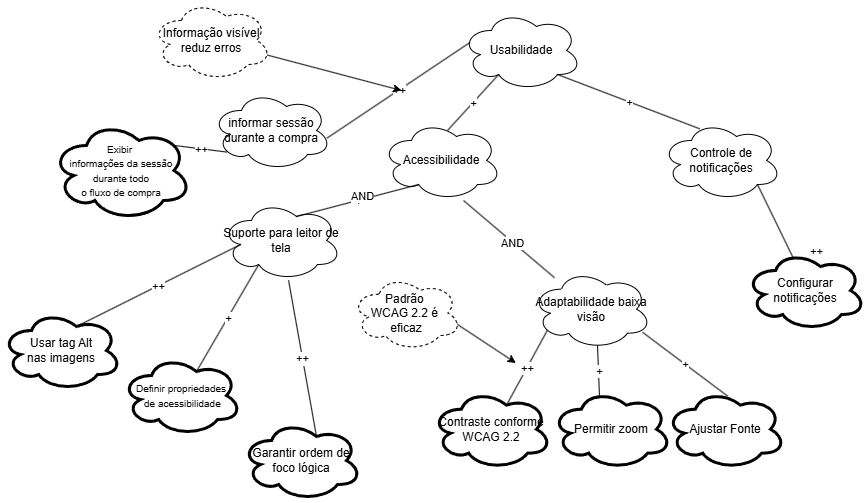
Before: docs/assets/modelagem/softgoalUsabilidade.png, a diagram exported from draw.io (Requisitos-de-Software/2025.1-Cinemark). Source tidied: cells renumbered, new cells last; positions are measured from the earlier drawing's top-left corner, leaving out a move shared by most shapes.
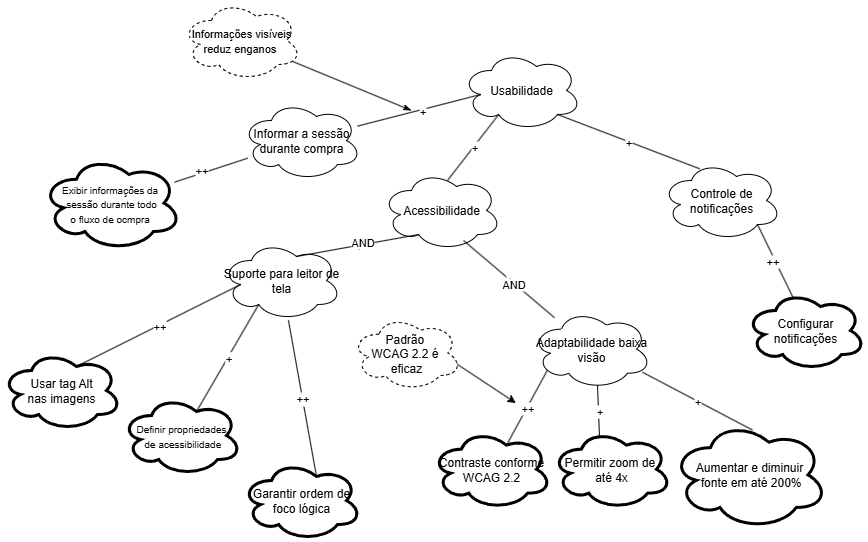
After the commit.

Commit message:
fix: mudança nos softgoals de usabilidade após instruções do professor

What changed in the source:
```diff
@@ -6,7 +6,7 @@
       <mxGeometry x="460" y="10" width="120" height="80" as="geometry" />
     </mxCell>
     <mxCell id="3" value="Acessibilidade" style="ellipse;shape=cloud;whiteSpace=wrap;html=1;" parent="1" vertex="1">
-      <mxGeometry x="380" y="120" width="120" height="80" as="geometry" />
+      <mxGeometry x="380" y="130" width="120" height="80" as="geometry" />
     </mxCell>
     <mxCell id="4" value="Suporte para leitor de tela" style="ellipse;shape=cloud;whiteSpace=wrap;html=1;" parent="1" vertex="1">
       <mxGeometry x="220" y="200" width="120" height="80" as="geometry" />
@@ -52,11 +52,11 @@
     <mxCell id="17" value="+" style="edgeLabel;html=1;align=center;verticalAlign=middle;" parent="16" vertex="1">
       <mxGeometry relative="1" as="geometry" />
     </mxCell>
-    <mxCell id="18" value="Permitir zoom" style="ellipse;shape=cloud;whiteSpace=wrap;html=1;strokeWidth=3;" parent="1" vertex="1">
+    <mxCell id="18" value="Permitir zoom de&amp;nbsp;&lt;div&gt;até 4x&lt;/div&gt;" style="ellipse;shape=cloud;whiteSpace=wrap;html=1;strokeWidth=3;" parent="1" vertex="1">
       <mxGeometry x="550" y="388.7" width="120" height="80" as="geometry" />
     </mxCell>
-    <mxCell id="19" value="Ajustar Fonte" style="ellipse;shape=cloud;whiteSpace=wrap;html=1;strokeWidth=3;" parent="1" vertex="1">
-      <mxGeometry x="664" y="388.7" width="120" height="80" as="geometry" />
+    <mxCell id="19" value="Aumentar e diminuir&lt;div&gt;&amp;nbsp;fonte em até 200%&lt;/div&gt;" style="ellipse;shape=cloud;whiteSpace=wrap;html=1;strokeWidth=3;" parent="1" vertex="1">
+      <mxGeometry x="670" y="380" width="156" height="108.7" as="geometry" />
     </mxCell>
     <mxCell id="20" style="endArrow=none;html=1;rounded=0;entryX=0.925;entryY=0.788;entryDx=0;entryDy=0;entryPerimeter=0;exitX=0.519;exitY=0.088;exitDx=0;exitDy=0;exitPerimeter=0;startFill=0;" parent="1" edge="1" source="19" target="5">
       <mxGeometry relative="1" as="geometry" />
@@ -120,7 +120,7 @@
     </mxCell>
     <mxCell id="40" value="++" style="edgeLabel;html=1;align=center;verticalAlign=middle;" parent="39" vertex="1">
       <mxGeometry relative="1" as="geometry">
-        <mxPoint x="40" y="29" as="offset" />
+        <mxPoint x="-4" y="-1" as="offset" />
       </mxGeometry>
     </mxCell>
     <mxCell id="41" style="rounded=0;orthogonalLoop=1;jettySize=auto;html=1;exitX=0.96;exitY=0.7;exitDx=0;exitDy=0;exitPerimeter=0;" parent="1" edge="1">
@@ -132,37 +132,33 @@
     <mxCell id="42" value="Padrão&amp;nbsp;&lt;div&gt;WCAG 2.2 é&amp;nbsp;&lt;/div&gt;&lt;div&gt;eficaz&lt;/div&gt;" style="ellipse;shape=cloud;whiteSpace=wrap;html=1;dashed=1;" parent="1" vertex="1">
       <mxGeometry x="350" y="275" width="110" height="75" as="geometry" />
     </mxCell>
-    <mxCell id="43" value="&lt;font style=&quot;font-size: 10px;&quot;&gt;Exibir&amp;nbsp;&lt;/font&gt;&lt;div&gt;&lt;font style=&quot;font-size: 10px;&quot;&gt;informações da sessão durante todo&lt;/font&gt;&lt;div&gt;&lt;font style=&quot;font-size: 10px;&quot;&gt;o fluxo de compra&lt;/font&gt;&lt;/div&gt;&lt;/div&gt;" style="ellipse;shape=cloud;whiteSpace=wrap;html=1;strokeWidth=3;" parent="1" vertex="1">
-      <mxGeometry x="50" y="120" width="140" height="100" as="geometry" />
-    </mxCell>
-    <mxCell id="44" style="endArrow=none;html=1;rounded=0;startFill=0;entryX=0.07;entryY=0.4;entryDx=0;entryDy=0;entryPerimeter=0;exitX=0.962;exitY=0.596;exitDx=0;exitDy=0;exitPerimeter=0;" parent="1" edge="1" source="47" target="2">
-      <mxGeometry relative="1" as="geometry" />
-    </mxCell>
-    <mxCell id="45" value="+" style="edgeLabel;html=1;align=center;verticalAlign=middle;" parent="44" vertex="1">
-      <mxGeometry relative="1" as="geometry" />
-    </mxCell>
-    <mxCell id="46" value="++" style="edgeLabel;html=1;align=center;verticalAlign=middle;" parent="44" vertex="1">
-      <mxGeometry relative="1" as="geometry" />
-    </mxCell>
-    <mxCell id="47" value="informar sessão durante a compra" style="ellipse;shape=cloud;whiteSpace=wrap;html=1;" parent="1" vertex="1">
-      <mxGeometry x="210" y="90" width="120" height="80" as="geometry" />
-    </mxCell>
-    <mxCell id="48" style="endArrow=none;html=1;rounded=0;startFill=0;entryX=0.13;entryY=0.77;entryDx=0;entryDy=0;entryPerimeter=0;exitX=0.88;exitY=0.25;exitDx=0;exitDy=0;exitPerimeter=0;" parent="1" edge="1" source="43" target="47">
-      <mxGeometry relative="1" as="geometry" />
-    </mxCell>
-    <mxCell id="49" value="+" style="edgeLabel;html=1;align=center;verticalAlign=middle;" parent="48" vertex="1">
-      <mxGeometry relative="1" as="geometry" />
-    </mxCell>
-    <mxCell id="50" value="++" style="edgeLabel;html=1;align=center;verticalAlign=middle;" parent="48" vertex="1">
-      <mxGeometry relative="1" as="geometry" />
-    </mxCell>
-    <mxCell id="51" style="rounded=0;jettySize=auto;html=1;" parent="1" edge="1" source="52">
-      <mxGeometry relative="1" as="geometry">
-        <mxPoint x="400" y="90" as="targetPoint" />
-      </mxGeometry>
-    </mxCell>
-    <mxCell id="52" value="Informação visível reduz erros" style="ellipse;shape=cloud;whiteSpace=wrap;html=1;dashed=1;" parent="1" vertex="1">
-      <mxGeometry x="150" width="120" height="80" as="geometry" />
-    </mxCell>
+    <mxCell id="53" value="Informar a sessão durante compra" style="ellipse;shape=cloud;whiteSpace=wrap;html=1;" parent="1" vertex="1">
+      <mxGeometry x="240" y="60" width="120" height="80" as="geometry" />
+    </mxCell>
+    <mxCell id="54" style="rounded=0;jettySize=auto;html=1;entryX=0.16;entryY=0.55;entryDx=0;entryDy=0;entryPerimeter=0;endArrow=none;endFill=0;" parent="1" edge="1" source="53" target="2">
+      <mxGeometry relative="1" as="geometry" />
+    </mxCell>
+    <mxCell id="55" style="rounded=0;jettySize=auto;html=1;endArrow=none;endFill=0;" parent="1" edge="1" source="56" target="53">
+      <mxGeometry relative="1" as="geometry" />
+    </mxCell>
+    <mxCell id="56" value="&lt;font style=&quot;font-size: 10px;&quot;&gt;Exibir informações da&amp;nbsp;&lt;/font&gt;&lt;div&gt;&lt;font style=&quot;font-size: 10px;&quot;&gt;sessão durante todo&lt;/font&gt;&lt;div&gt;&lt;font style=&quot;font-size: 10px;&quot;&gt;o fluxo de ocmpra&amp;nbsp;&lt;/font&gt;&lt;/div&gt;&lt;/div&gt;" style="ellipse;shape=cloud;whiteSpace=wrap;html=1;strokeWidth=3;" parent="1" vertex="1">
+      <mxGeometry x="40" y="115" width="140" height="95" as="geometry" />
+    </mxCell>
+    <mxCell id="57" value="++" style="edgeLabel;html=1;align=center;verticalAlign=middle;" parent="1" vertex="1">
+      <mxGeometry x="150" y="280" as="geometry">
+        <mxPoint x="49" y="-151" as="offset" />
+      </mxGeometry>
+    </mxCell>
+    <mxCell id="58" style="rounded=0;jettySize=auto;html=1;endArrow=classicThin;endFill=1;" parent="1" edge="1" source="59">
+      <mxGeometry relative="1" as="geometry">
+        <mxPoint x="410" y="70" as="targetPoint" />
+      </mxGeometry>
+    </mxCell>
+    <mxCell id="59" value="&lt;font style=&quot;font-size: 11px;&quot;&gt;Informações visíveis reduz enganos&amp;nbsp;&lt;/font&gt;" style="ellipse;shape=cloud;whiteSpace=wrap;html=1;dashed=1;" parent="1" vertex="1">
+      <mxGeometry x="180" y="-40" width="120" height="80" as="geometry" />
+    </mxCell>
+    <mxCell id="60" value="+" style="edgeLabel;html=1;align=center;verticalAlign=middle;" parent="1" vertex="1">
+      <mxGeometry x="420" y="70" as="geometry" />
+    </mxCell>
   </root>
 </mxGraphModel>
```
